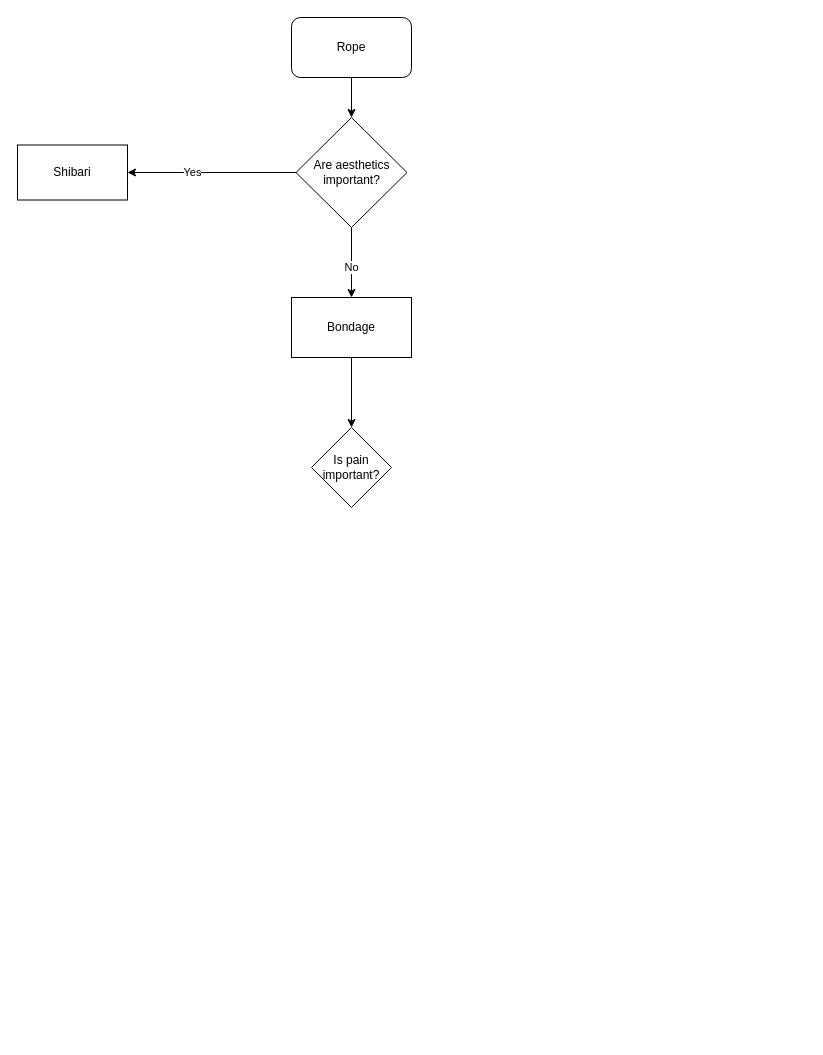
Earlier version of the draw.io diagram brainstorming/Rope Questions.drawio (bravegrumpy/khavtov). Source tidied: cells renumbered, new cells numbered last; positions are measured from the earlier drawing's top-left corner, leaving out a move shared by most shapes. Both pictures are drawn from the tidied source at 100%, with x=0, y=0 at pixel (17, 17).
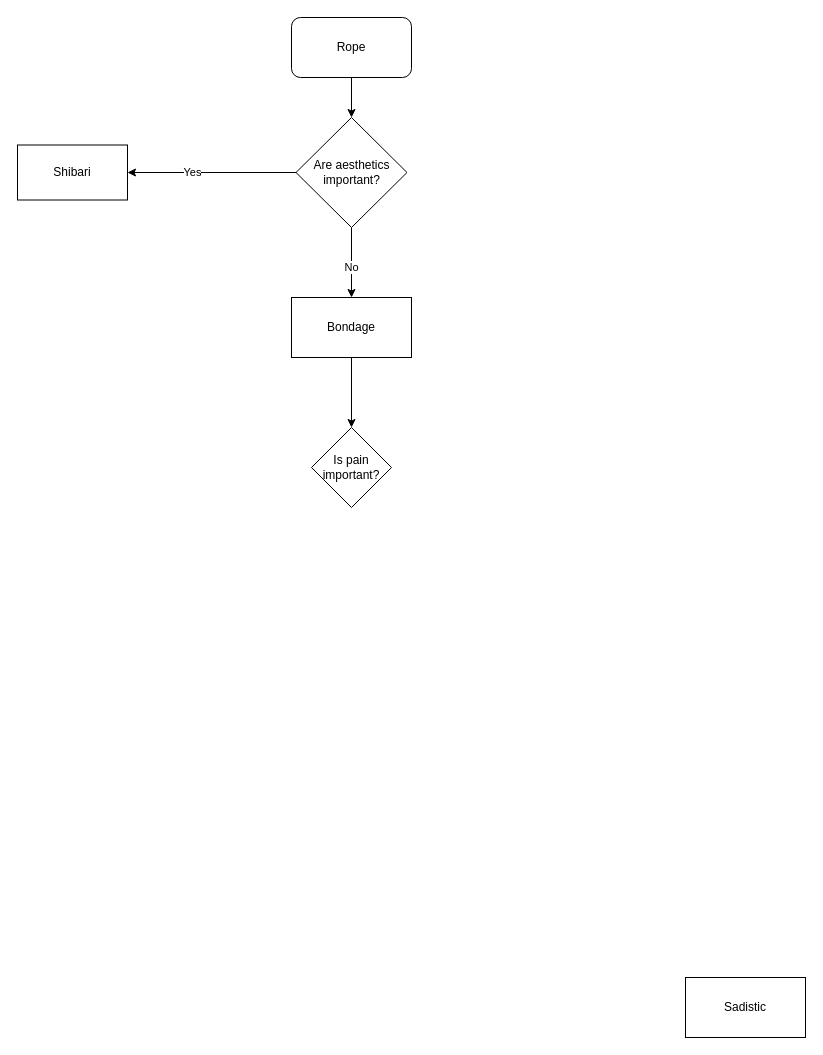
Above is the later version.

Commit message:
making vs-code edits to drawio diagram.

Change to the diagram source:
```diff
@@
 <mxGraphModel>
   <root>
     <mxCell id="0" />
     <mxCell id="1" parent="0" />
     <mxCell id="2" style="edgeStyle=orthogonalEdgeStyle;rounded=0;jettySize=auto;html=1;entryX=0.5;entryY=0;entryDx=0;entryDy=0;" parent="1" edge="1" source="3" target="6">
       <mxGeometry relative="1" as="geometry" />
     </mxCell>
     <mxCell id="3" value="Rope" style="rounded=1;whiteSpace=wrap;html=1;" parent="1" vertex="1">
       <mxGeometry x="274" width="120" height="60" as="geometry" />
     </mxCell>
     <mxCell id="4" value="Yes" style="edgeStyle=orthogonalEdgeStyle;rounded=0;jettySize=auto;html=1;exitX=0;exitY=0.5;exitDx=0;exitDy=0;entryX=1;entryY=0.5;entryDx=0;entryDy=0;" parent="1" edge="1" source="6" target="7">
       <mxGeometry x="0.24" relative="1" as="geometry" />
     </mxCell>
     <mxCell id="5" value="No" style="edgeStyle=orthogonalEdgeStyle;rounded=0;jettySize=auto;html=1;exitX=0.5;exitY=1;exitDx=0;exitDy=0;entryX=0.5;entryY=0;entryDx=0;entryDy=0;" parent="1" edge="1" source="6" target="9">
       <mxGeometry x="0.14" relative="1" as="geometry" />
     </mxCell>
     <mxCell id="6" value="Are aesthetics important?" style="rhombus;whiteSpace=wrap;html=1;" parent="1" vertex="1">
       <mxGeometry x="278.5" y="100" width="111" height="110" as="geometry" />
     </mxCell>
     <mxCell id="7" value="Shibari" style="rounded=1;whiteSpace=wrap;html=1;arcSize=0;" parent="1" vertex="1">
       <mxGeometry y="127.5" width="110" height="55" as="geometry" />
     </mxCell>
     <mxCell id="8" style="edgeStyle=orthogonalEdgeStyle;rounded=0;jettySize=auto;html=1;" parent="1" edge="1" source="9" target="10">
       <mxGeometry relative="1" as="geometry" />
     </mxCell>
     <mxCell id="9" value="Bondage" style="rounded=0;whiteSpace=wrap;html=1;" parent="1" vertex="1">
       <mxGeometry x="274" y="280" width="120" height="60" as="geometry" />
     </mxCell>
     <mxCell id="10" value="Is pain important?" style="rhombus;whiteSpace=wrap;html=1;rounded=0;" parent="1" vertex="1">
       <mxGeometry x="294" y="410" width="80" height="80" as="geometry" />
     </mxCell>
+    <mxCell id="11" value="Sadistic" style="rounded=0;whiteSpace=wrap;html=1;" parent="10" vertex="1">
+      <mxGeometry x="374" y="550" width="120" height="60" as="geometry" />
+    </mxCell>
   </root>
 </mxGraphModel>
```
